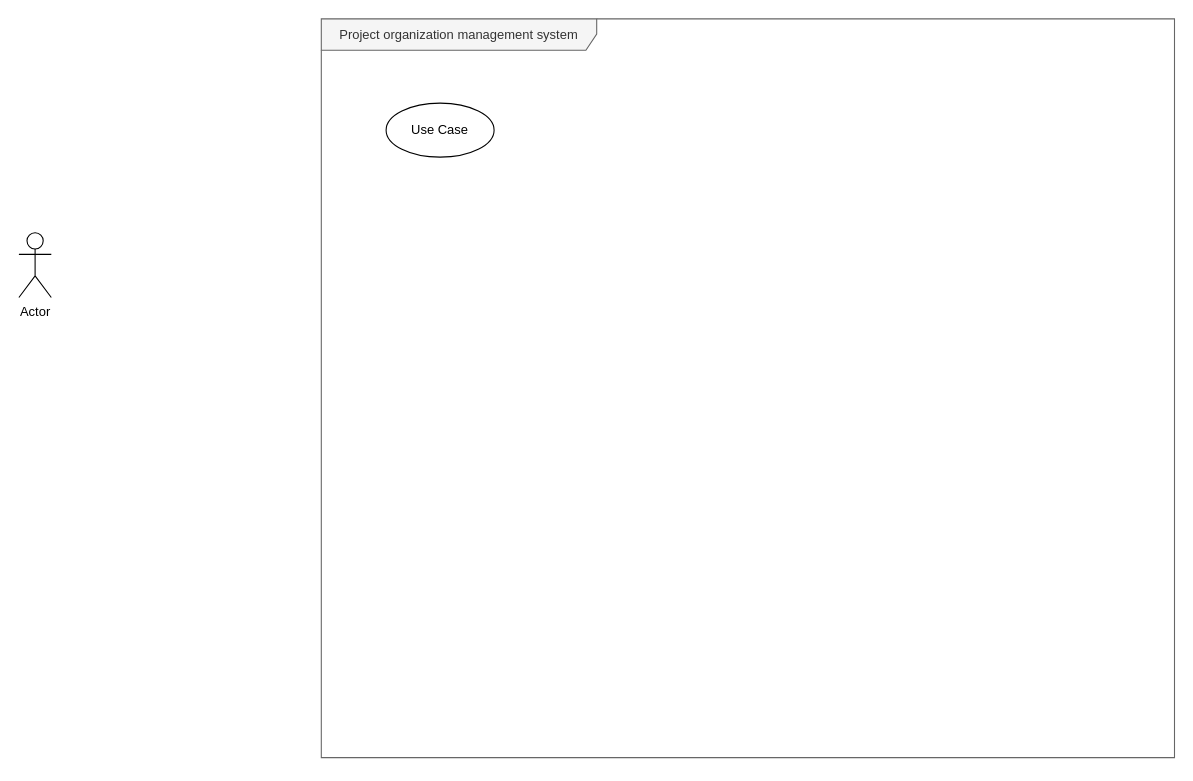
This is ProgramSystemArchitech/PrograsmSystemLab1.drawio from Tolia-GH/ITMO-PE, a draw.io file, before an edit. Source tidied: cells renumbered, new cells numbered last; positions are measured from the earlier drawing's top-left corner, leaving out a move shared by most shapes. Both pictures are drawn from the tidied source at 108%, with x=0, y=0 at pixel (18, 18).
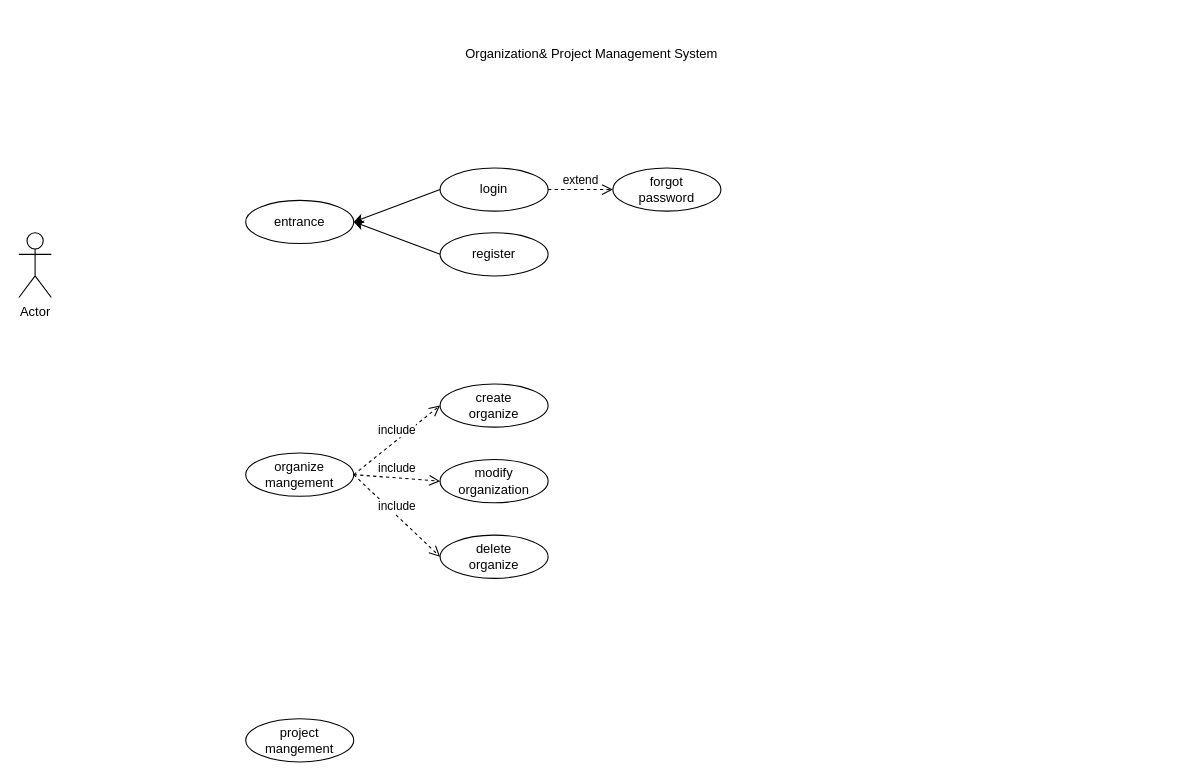
Above is the later version.

Diff of the diagram source:
```diff
@@
 <mxGraphModel background="#ffffff">
   <root>
     <mxCell id="0" />
     <mxCell id="1" parent="0" />
-    <mxCell id="2" value="Project organization management system" style="shape=umlFrame;whiteSpace=wrap;html=1;width=255;height=29;fillColor=#F5F5F5;strokeColor=#666666;fontColor=#333333;fillStyle=auto;shadow=0;" parent="1" vertex="1">
-      <mxGeometry x="280" width="790" height="684" as="geometry" />
-    </mxCell>
-    <mxCell id="3" value="Use Case" style="ellipse;whiteSpace=wrap;html=1;" parent="1" vertex="1">
-      <mxGeometry x="340" y="78" width="100" height="50" as="geometry" />
-    </mxCell>
     <mxCell id="4" value="Actor" style="shape=umlActor;verticalLabelPosition=bottom;verticalAlign=top;html=1;" parent="1" vertex="1">
       <mxGeometry y="198" width="30" height="60" as="geometry" />
     </mxCell>
+    <mxCell id="5" style="rounded=0;jettySize=auto;html=1;exitX=0;exitY=0.5;exitDx=0;exitDy=0;entryX=1;entryY=0.5;entryDx=0;entryDy=0;" parent="1" edge="1" source="6" target="12">
+      <mxGeometry relative="1" as="geometry" />
+    </mxCell>
+    <mxCell id="6" value="login" style="ellipse;whiteSpace=wrap;html=1;" parent="1" vertex="1">
+      <mxGeometry x="390" y="138" width="100" height="40" as="geometry" />
+    </mxCell>
+    <mxCell id="7" style="rounded=0;jettySize=auto;html=1;exitX=0;exitY=0.5;exitDx=0;exitDy=0;entryX=1;entryY=0.5;entryDx=0;entryDy=0;" parent="1" edge="1" source="8" target="12">
+      <mxGeometry relative="1" as="geometry" />
+    </mxCell>
+    <mxCell id="8" value="register" style="ellipse;whiteSpace=wrap;html=1;" parent="1" vertex="1">
+      <mxGeometry x="390" y="198" width="100" height="40" as="geometry" />
+    </mxCell>
+    <mxCell id="9" value="Organization&amp;amp; Project Management System" style="text;html=1;align=center;verticalAlign=middle;strokeColor=none;fillColor=none;" parent="1" vertex="1">
+      <mxGeometry x="400" y="18" width="260" height="30" as="geometry" />
+    </mxCell>
+    <mxCell id="10" value="forgot&lt;br&gt;password" style="ellipse;whiteSpace=wrap;html=1;" parent="1" vertex="1">
+      <mxGeometry x="550" y="138" width="100" height="40" as="geometry" />
+    </mxCell>
+    <mxCell id="11" value="extend" style="html=1;verticalAlign=bottom;endArrow=open;dashed=1;endSize=8;curved=0;rounded=0;entryX=0;entryY=0.5;entryDx=0;entryDy=0;exitX=1;exitY=0.5;exitDx=0;exitDy=0;" parent="1" edge="1" source="6" target="10">
+      <mxGeometry relative="1" as="geometry" />
+    </mxCell>
+    <mxCell id="12" value="entrance" style="ellipse;whiteSpace=wrap;html=1;" parent="1" vertex="1">
+      <mxGeometry x="210" y="168" width="100" height="40" as="geometry" />
+    </mxCell>
+    <mxCell id="13" value="organize mangement" style="ellipse;whiteSpace=wrap;html=1;" parent="1" vertex="1">
+      <mxGeometry x="210" y="402" width="100" height="40" as="geometry" />
+    </mxCell>
+    <mxCell id="14" value="project mangement" style="ellipse;whiteSpace=wrap;html=1;" parent="1" vertex="1">
+      <mxGeometry x="210" y="648" width="100" height="40" as="geometry" />
+    </mxCell>
+    <mxCell id="15" value="create&lt;br&gt;organize" style="ellipse;whiteSpace=wrap;html=1;" parent="1" vertex="1">
+      <mxGeometry x="390" y="338" width="100" height="40" as="geometry" />
+    </mxCell>
+    <mxCell id="16" value="modify&lt;br&gt;organization" style="ellipse;whiteSpace=wrap;html=1;" parent="1" vertex="1">
+      <mxGeometry x="390" y="408" width="100" height="40" as="geometry" />
+    </mxCell>
+    <mxCell id="17" value="delete&lt;br&gt;organize" style="ellipse;whiteSpace=wrap;html=1;" parent="1" vertex="1">
+      <mxGeometry x="390" y="478" width="100" height="40" as="geometry" />
+    </mxCell>
+    <mxCell id="18" value="include" style="html=1;verticalAlign=bottom;endArrow=open;dashed=1;endSize=8;curved=0;rounded=0;entryX=0;entryY=0.5;entryDx=0;entryDy=0;exitX=1;exitY=0.5;exitDx=0;exitDy=0;" parent="1" edge="1" source="13" target="15">
+      <mxGeometry relative="1" as="geometry" />
+    </mxCell>
+    <mxCell id="19" value="include" style="html=1;verticalAlign=bottom;endArrow=open;dashed=1;endSize=8;curved=0;rounded=0;entryX=0;entryY=0.5;entryDx=0;entryDy=0;exitX=1;exitY=0.5;exitDx=0;exitDy=0;" parent="1" edge="1" source="13" target="16">
+      <mxGeometry relative="1" as="geometry" />
+    </mxCell>
+    <mxCell id="20" value="include" style="html=1;verticalAlign=bottom;endArrow=open;dashed=1;endSize=8;curved=0;rounded=0;entryX=0;entryY=0.5;entryDx=0;entryDy=0;exitX=1;exitY=0.5;exitDx=0;exitDy=0;" parent="1" edge="1" source="13" target="17">
+      <mxGeometry relative="1" as="geometry" />
+    </mxCell>
   </root>
 </mxGraphModel>
```
